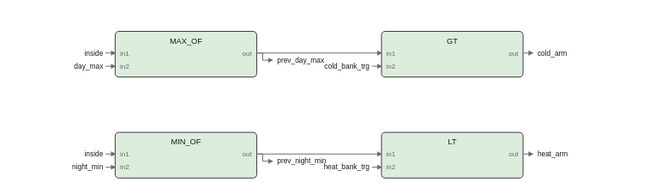
pstch/botanik2 keeps this draw.io diagram as images/logic/day_phase_fbd.drawio.svg. Above is the earlier version. Source tidied: cells renumbered, new cells last; positions are measured from the earlier drawing's top-left corner, leaving out a move shared by most shapes.
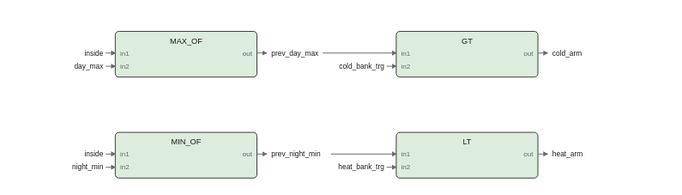
After the commit.

What changed in the source:
```diff
@@ -18,19 +18,19 @@
       <mxGeometry x="124" y="14.2" width="40" height="9.8" as="geometry" />
     </mxCell>
     <mxCell id="7" style="rounded=1;fillColor=#dcecdd;strokeColor=#1a1a1a;whiteSpace=wrap;html=1;fontSize=8;" parent="1" vertex="1">
-      <mxGeometry x="232" width="118" height="38" as="geometry" />
+      <mxGeometry x="244" width="118" height="38" as="geometry" />
     </mxCell>
     <mxCell id="8" value="GT" style="text;html=1;fontSize=6;fontColor=#1a1a1a;align=center;" parent="1" vertex="1">
-      <mxGeometry x="291" y="3.4" width="40" height="10.6" as="geometry" />
+      <mxGeometry x="303" y="3.4" width="40" height="10.6" as="geometry" />
     </mxCell>
     <mxCell id="9" value="in1" style="text;html=1;fontSize=5;fontColor=#6b6b6b;align=left;" parent="1" vertex="1">
-      <mxGeometry x="236" y="14.2" width="40" height="9.8" as="geometry" />
+      <mxGeometry x="248" y="14.2" width="40" height="9.8" as="geometry" />
     </mxCell>
     <mxCell id="10" value="in2" style="text;html=1;fontSize=5;fontColor=#6b6b6b;align=left;" parent="1" vertex="1">
-      <mxGeometry x="236" y="25.2" width="40" height="9.8" as="geometry" />
+      <mxGeometry x="248" y="25.2" width="40" height="9.8" as="geometry" />
     </mxCell>
     <mxCell id="11" value="out" style="text;html=1;fontSize=5;fontColor=#6b6b6b;align=left;" parent="1" vertex="1">
-      <mxGeometry x="346" y="14.2" width="40" height="9.8" as="geometry" />
+      <mxGeometry x="358" y="14.2" width="40" height="9.8" as="geometry" />
     </mxCell>
     <mxCell id="12" style="rounded=1;fillColor=#dcecdd;strokeColor=#1a1a1a;whiteSpace=wrap;html=1;fontSize=8;" parent="1" vertex="1">
       <mxGeometry x="10" y="84" width="118" height="38" as="geometry" />
@@ -48,129 +48,121 @@
       <mxGeometry x="124" y="98.2" width="40" height="9.8" as="geometry" />
     </mxCell>
     <mxCell id="17" style="rounded=1;fillColor=#dcecdd;strokeColor=#1a1a1a;whiteSpace=wrap;html=1;fontSize=8;" parent="1" vertex="1">
-      <mxGeometry x="232" y="84" width="118" height="38" as="geometry" />
+      <mxGeometry x="244" y="84" width="118" height="38" as="geometry" />
     </mxCell>
     <mxCell id="18" value="LT" style="text;html=1;fontSize=6;fontColor=#1a1a1a;align=center;" parent="1" vertex="1">
-      <mxGeometry x="291" y="87.4" width="40" height="10.6" as="geometry" />
+      <mxGeometry x="303" y="87.4" width="40" height="10.6" as="geometry" />
     </mxCell>
     <mxCell id="19" value="in1" style="text;html=1;fontSize=5;fontColor=#6b6b6b;align=left;" parent="1" vertex="1">
-      <mxGeometry x="236" y="98.2" width="40" height="9.8" as="geometry" />
+      <mxGeometry x="248" y="98.2" width="40" height="9.8" as="geometry" />
     </mxCell>
     <mxCell id="20" value="in2" style="text;html=1;fontSize=5;fontColor=#6b6b6b;align=left;" parent="1" vertex="1">
-      <mxGeometry x="236" y="109.2" width="40" height="9.8" as="geometry" />
+      <mxGeometry x="248" y="109.2" width="40" height="9.8" as="geometry" />
     </mxCell>
     <mxCell id="21" value="out" style="text;html=1;fontSize=5;fontColor=#6b6b6b;align=left;" parent="1" vertex="1">
-      <mxGeometry x="346" y="98.2" width="40" height="9.8" as="geometry" />
+      <mxGeometry x="358" y="98.2" width="40" height="9.8" as="geometry" />
     </mxCell>
     <mxCell id="22" style="edgeStyle=none;html=1;strokeColor=#6b6b6b;endArrow=block;" parent="1" edge="1">
       <mxGeometry relative="1" as="geometry">
         <mxPoint x="128" y="18" as="sourcePoint" />
-        <mxPoint x="232" y="18" as="targetPoint" />
+        <mxPoint x="136" y="18" as="targetPoint" />
       </mxGeometry>
     </mxCell>
-    <mxCell id="23" style="edgeStyle=none;html=1;strokeColor=#6b6b6b;endArrow=block;" parent="1" edge="1">
-      <mxGeometry relative="1" as="geometry">
-        <mxPoint x="128" y="102" as="sourcePoint" />
-        <mxPoint x="232" y="102" as="targetPoint" />
-      </mxGeometry>
-    </mxCell>
-    <mxCell id="24" value="inside" style="text;html=1;fontSize=6;fontColor=#1a1a1a;align=left;" parent="1" vertex="1">
-      <mxGeometry y="14" width="40" height="10" as="geometry" />
-    </mxCell>
-    <mxCell id="25" style="edgeStyle=none;html=1;strokeColor=#6b6b6b;endArrow=block;" parent="1" edge="1">
-      <mxGeometry relative="1" as="geometry">
-        <mxPoint x="2" y="18" as="sourcePoint" />
-        <mxPoint x="10" y="18" as="targetPoint" />
-      </mxGeometry>
-    </mxCell>
-    <mxCell id="26" value="day_max" style="text;html=1;fontSize=6;fontColor=#1a1a1a;align=left;" parent="1" vertex="1">
-      <mxGeometry y="25" width="40" height="10" as="geometry" />
-    </mxCell>
-    <mxCell id="27" style="edgeStyle=none;html=1;strokeColor=#6b6b6b;endArrow=block;" parent="1" edge="1">
-      <mxGeometry relative="1" as="geometry">
-        <mxPoint x="2" y="29" as="sourcePoint" />
-        <mxPoint x="10" y="29" as="targetPoint" />
-      </mxGeometry>
-    </mxCell>
-    <mxCell id="28" value="inside" style="text;html=1;fontSize=6;fontColor=#1a1a1a;align=left;" parent="1" vertex="1">
-      <mxGeometry y="98" width="40" height="10" as="geometry" />
-    </mxCell>
-    <mxCell id="29" style="edgeStyle=none;html=1;strokeColor=#6b6b6b;endArrow=block;" parent="1" edge="1">
-      <mxGeometry relative="1" as="geometry">
-        <mxPoint x="2" y="102" as="sourcePoint" />
-        <mxPoint x="10" y="102" as="targetPoint" />
-      </mxGeometry>
-    </mxCell>
-    <mxCell id="30" value="night_min" style="text;html=1;fontSize=6;fontColor=#1a1a1a;align=left;" parent="1" vertex="1">
-      <mxGeometry y="109" width="45" height="10" as="geometry" />
-    </mxCell>
+    <mxCell id="37" value="prev_day_max" style="text;html=1;fontSize=6;fontColor=#1a1a1a;align=left;" parent="1" vertex="1">
+      <mxGeometry x="140" y="14" width="60" height="10" as="geometry" />
+    </mxCell>
+    <mxCell id="44" style="edgeStyle=none;html=1;strokeColor=#6b6b6b;endArrow=block;" parent="1" edge="1">
+      <mxGeometry relative="1" as="geometry">
+        <mxPoint x="128" y="102" as="sourcePoint" />
+        <mxPoint x="136" y="102" as="targetPoint" />
+      </mxGeometry>
+    </mxCell>
+    <mxCell id="39" value="prev_night_min" style="text;html=1;fontSize=6;fontColor=#1a1a1a;align=left;" parent="1" vertex="1">
+      <mxGeometry x="140" y="98" width="70" height="10" as="geometry" />
+    </mxCell>
+    <mxCell id="45" style="edgeStyle=none;html=1;strokeColor=#6b6b6b;endArrow=block;" parent="1" edge="1">
+      <mxGeometry relative="1" as="geometry">
+        <mxPoint x="362" y="18" as="sourcePoint" />
+        <mxPoint x="370" y="18" as="targetPoint" />
+      </mxGeometry>
+    </mxCell>
+    <mxCell id="41" value="cold_arm" style="text;html=1;fontSize=6;fontColor=#1a1a1a;align=left;" parent="1" vertex="1">
+      <mxGeometry x="374" y="14" width="40" height="10" as="geometry" />
+    </mxCell>
+    <mxCell id="46" style="edgeStyle=none;html=1;strokeColor=#6b6b6b;endArrow=block;" parent="1" edge="1">
+      <mxGeometry relative="1" as="geometry">
+        <mxPoint x="362" y="102" as="sourcePoint" />
+        <mxPoint x="370" y="102" as="targetPoint" />
+      </mxGeometry>
+    </mxCell>
+    <mxCell id="43" value="heat_arm" style="text;html=1;fontSize=6;fontColor=#1a1a1a;align=left;" parent="1" vertex="1">
+      <mxGeometry x="374" y="98" width="40" height="10" as="geometry" />
+    </mxCell>
+    <mxCell id="47" style="edgeStyle=none;html=1;strokeColor=#6b6b6b;endArrow=block;" parent="1" edge="1">
+      <mxGeometry relative="1" as="geometry">
+        <mxPoint x="182.8" y="18" as="sourcePoint" />
+        <mxPoint x="244" y="18" as="targetPoint" />
+      </mxGeometry>
+    </mxCell>
     <mxCell id="31" style="edgeStyle=none;html=1;strokeColor=#6b6b6b;endArrow=block;" parent="1" edge="1">
       <mxGeometry relative="1" as="geometry">
-        <mxPoint x="2" y="113" as="sourcePoint" />
-        <mxPoint x="10" y="113" as="targetPoint" />
+        <mxPoint x="189.6" y="102" as="sourcePoint" />
+        <mxPoint x="244" y="102" as="targetPoint" />
       </mxGeometry>
     </mxCell>
-    <mxCell id="32" value="cold_bank_trg" style="text;html=1;fontSize=6;fontColor=#1a1a1a;align=left;" parent="1" vertex="1">
-      <mxGeometry x="222" y="25" width="65" height="10" as="geometry" />
+    <mxCell id="32" value="inside" style="text;html=1;fontSize=6;fontColor=#1a1a1a;align=left;" parent="1" vertex="1">
+      <mxGeometry y="14" width="40" height="10" as="geometry" />
     </mxCell>
     <mxCell id="33" style="edgeStyle=none;html=1;strokeColor=#6b6b6b;endArrow=block;" parent="1" edge="1">
       <mxGeometry relative="1" as="geometry">
-        <mxPoint x="224" y="29" as="sourcePoint" />
-        <mxPoint x="232" y="29" as="targetPoint" />
+        <mxPoint x="2" y="18" as="sourcePoint" />
+        <mxPoint x="10" y="18" as="targetPoint" />
       </mxGeometry>
     </mxCell>
-    <mxCell id="34" value="heat_bank_trg" style="text;html=1;fontSize=6;fontColor=#1a1a1a;align=left;" parent="1" vertex="1">
-      <mxGeometry x="222" y="109" width="65" height="10" as="geometry" />
+    <mxCell id="34" value="day_max" style="text;html=1;fontSize=6;fontColor=#1a1a1a;align=left;" parent="1" vertex="1">
+      <mxGeometry y="25" width="40" height="10" as="geometry" />
     </mxCell>
     <mxCell id="35" style="edgeStyle=none;html=1;strokeColor=#6b6b6b;endArrow=block;" parent="1" edge="1">
       <mxGeometry relative="1" as="geometry">
-        <mxPoint x="224" y="113" as="sourcePoint" />
-        <mxPoint x="232" y="113" as="targetPoint" />
+        <mxPoint x="2" y="29" as="sourcePoint" />
+        <mxPoint x="10" y="29" as="targetPoint" />
       </mxGeometry>
     </mxCell>
-    <mxCell id="36" style="edgeStyle=none;html=1;strokeColor=#6b6b6b;endArrow=block;" parent="1" edge="1">
-      <mxGeometry relative="1" as="geometry">
-        <mxPoint x="128" y="18" as="sourcePoint" />
-        <mxPoint x="141" y="24" as="targetPoint" />
-        <Array as="points">
-          <mxPoint x="133" y="18" />
-          <mxPoint x="133" y="24" />
-        </Array>
-      </mxGeometry>
-    </mxCell>
-    <mxCell id="37" value="prev_day_max" style="text;html=1;fontSize=6;fontColor=#1a1a1a;align=left;" parent="1" vertex="1">
-      <mxGeometry x="145" y="20" width="60" height="10" as="geometry" />
-    </mxCell>
-    <mxCell id="38" style="edgeStyle=none;html=1;strokeColor=#6b6b6b;endArrow=block;" parent="1" edge="1">
-      <mxGeometry relative="1" as="geometry">
-        <mxPoint x="128" y="102" as="sourcePoint" />
-        <mxPoint x="141" y="108" as="targetPoint" />
-        <Array as="points">
-          <mxPoint x="133" y="102" />
-          <mxPoint x="133" y="108" />
-        </Array>
-      </mxGeometry>
-    </mxCell>
-    <mxCell id="39" value="prev_night_min" style="text;html=1;fontSize=6;fontColor=#1a1a1a;align=left;" parent="1" vertex="1">
-      <mxGeometry x="145" y="104" width="70" height="10" as="geometry" />
-    </mxCell>
-    <mxCell id="40" style="edgeStyle=none;html=1;strokeColor=#6b6b6b;endArrow=block;" parent="1" edge="1">
-      <mxGeometry relative="1" as="geometry">
-        <mxPoint x="350" y="18" as="sourcePoint" />
-        <mxPoint x="358" y="18" as="targetPoint" />
-      </mxGeometry>
-    </mxCell>
-    <mxCell id="41" value="cold_arm" style="text;html=1;fontSize=6;fontColor=#1a1a1a;align=left;" parent="1" vertex="1">
-      <mxGeometry x="362" y="14" width="40" height="10" as="geometry" />
-    </mxCell>
-    <mxCell id="42" style="edgeStyle=none;html=1;strokeColor=#6b6b6b;endArrow=block;" parent="1" edge="1">
-      <mxGeometry relative="1" as="geometry">
-        <mxPoint x="350" y="102" as="sourcePoint" />
-        <mxPoint x="358" y="102" as="targetPoint" />
-      </mxGeometry>
-    </mxCell>
-    <mxCell id="43" value="heat_arm" style="text;html=1;fontSize=6;fontColor=#1a1a1a;align=left;" parent="1" vertex="1">
-      <mxGeometry x="362" y="98" width="40" height="10" as="geometry" />
-    </mxCell>
+    <mxCell id="28" value="inside" style="text;html=1;fontSize=6;fontColor=#1a1a1a;align=left;" parent="1" vertex="1">
+      <mxGeometry y="98" width="40" height="10" as="geometry" />
+    </mxCell>
+    <mxCell id="48" style="edgeStyle=none;html=1;strokeColor=#6b6b6b;endArrow=block;" parent="1" edge="1">
+      <mxGeometry relative="1" as="geometry">
+        <mxPoint x="2" y="102" as="sourcePoint" />
+        <mxPoint x="10" y="102" as="targetPoint" />
+      </mxGeometry>
+    </mxCell>
+    <mxCell id="30" value="night_min" style="text;html=1;fontSize=6;fontColor=#1a1a1a;align=left;" parent="1" vertex="1">
+      <mxGeometry y="109" width="45" height="10" as="geometry" />
+    </mxCell>
+    <mxCell id="49" style="edgeStyle=none;html=1;strokeColor=#6b6b6b;endArrow=block;" parent="1" edge="1">
+      <mxGeometry relative="1" as="geometry">
+        <mxPoint x="2" y="113" as="sourcePoint" />
+        <mxPoint x="10" y="113" as="targetPoint" />
+      </mxGeometry>
+    </mxCell>
+    <mxCell id="50" value="cold_bank_trg" style="text;html=1;fontSize=6;fontColor=#1a1a1a;align=left;" parent="1" vertex="1">
+      <mxGeometry x="234" y="25" width="65" height="10" as="geometry" />
+    </mxCell>
+    <mxCell id="51" style="edgeStyle=none;html=1;strokeColor=#6b6b6b;endArrow=block;" parent="1" edge="1">
+      <mxGeometry relative="1" as="geometry">
+        <mxPoint x="236" y="29" as="sourcePoint" />
+        <mxPoint x="244" y="29" as="targetPoint" />
+      </mxGeometry>
+    </mxCell>
+    <mxCell id="52" value="heat_bank_trg" style="text;html=1;fontSize=6;fontColor=#1a1a1a;align=left;" parent="1" vertex="1">
+      <mxGeometry x="234" y="109" width="65" height="10" as="geometry" />
+    </mxCell>
+    <mxCell id="53" style="edgeStyle=none;html=1;strokeColor=#6b6b6b;endArrow=block;" parent="1" edge="1">
+      <mxGeometry relative="1" as="geometry">
+        <mxPoint x="236" y="113" as="sourcePoint" />
+        <mxPoint x="244" y="113" as="targetPoint" />
+      </mxGeometry>
+    </mxCell>
   </root>
 </mxGraphModel>
```
